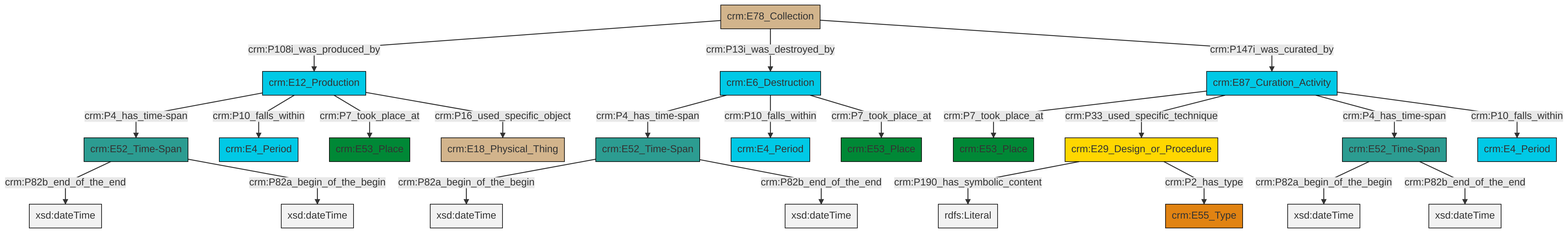
Earlier version of the Mermaid export et/archivalCSV/ttl/mmd/png/archival_existence.png (swiss-art-research-net/docs.swissartresearch). Its source is kept beside it as et/archivalCSV/ttl/mmd/archival_existence.ttl.mmd.
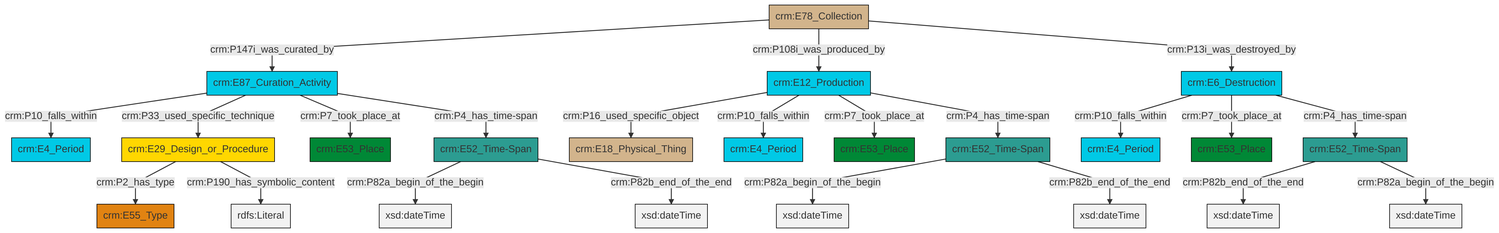
The same file after the commit.

The edit, as a diff of the source:
```diff
@@ -13,25 +13,25 @@
 classDef PC_Classes fill:#4ce600, stroke:#000000;
 classDef Multi fill:#cccccc,stroke:#000000;
 
-0["crm:E52_Time-Span"]:::Time-Span -->|crm:P82b_end_of_the_end| 1[xsd:dateTime]:::Literal
-6["crm:E52_Time-Span"]:::Time-Span -->|crm:P82a_begin_of_the_begin| 7[xsd:dateTime]:::Literal
-0["crm:E52_Time-Span"]:::Time-Span -->|crm:P82a_begin_of_the_begin| 8[xsd:dateTime]:::Literal
-9["crm:E6_Destruction"]:::Temporal_Entity -->|crm:P4_has_time-span| 6["crm:E52_Time-Span"]:::Time-Span
-6["crm:E52_Time-Span"]:::Time-Span -->|crm:P82b_end_of_the_end| 11[xsd:dateTime]:::Literal
-12["crm:E29_Design_or_Procedure"]:::Conceptual_Object -->|crm:P190_has_symbolic_content| 13[rdfs:Literal]:::Literal
-9["crm:E6_Destruction"]:::Temporal_Entity -->|crm:P10_falls_within| 17["crm:E4_Period"]:::Temporal_Entity
-18["crm:E52_Time-Span"]:::Time-Span -->|crm:P82a_begin_of_the_begin| 19[xsd:dateTime]:::Literal
-12["crm:E29_Design_or_Procedure"]:::Conceptual_Object -->|crm:P2_has_type| 22["crm:E55_Type"]:::Type
-24["crm:E78_Collection"]:::Physical_Thing -->|crm:P108i_was_produced_by| 25["crm:E12_Production"]:::Temporal_Entity
-18["crm:E52_Time-Span"]:::Time-Span -->|crm:P82b_end_of_the_end| 28[xsd:dateTime]:::Literal
-30["crm:E87_Curation_Activity"]:::Temporal_Entity -->|crm:P7_took_place_at| 14["crm:E53_Place"]:::Place
-30["crm:E87_Curation_Activity"]:::Temporal_Entity -->|crm:P33_used_specific_technique| 12["crm:E29_Design_or_Procedure"]:::Conceptual_Object
-25["crm:E12_Production"]:::Temporal_Entity -->|crm:P4_has_time-span| 0["crm:E52_Time-Span"]:::Time-Span
-9["crm:E6_Destruction"]:::Temporal_Entity -->|crm:P7_took_place_at| 2["crm:E53_Place"]:::Place
-25["crm:E12_Production"]:::Temporal_Entity -->|crm:P10_falls_within| 36["crm:E4_Period"]:::Temporal_Entity
-25["crm:E12_Production"]:::Temporal_Entity -->|crm:P7_took_place_at| 32["crm:E53_Place"]:::Place
-30["crm:E87_Curation_Activity"]:::Temporal_Entity -->|crm:P4_has_time-span| 18["crm:E52_Time-Span"]:::Time-Span
-25["crm:E12_Production"]:::Temporal_Entity -->|crm:P16_used_specific_object| 20["crm:E18_Physical_Thing"]:::Physical_Thing
-24["crm:E78_Collection"]:::Physical_Thing -->|crm:P13i_was_destroyed_by| 9["crm:E6_Destruction"]:::Temporal_Entity
-30["crm:E87_Curation_Activity"]:::Temporal_Entity -->|crm:P10_falls_within| 4["crm:E4_Period"]:::Temporal_Entity
-24["crm:E78_Collection"]:::Physical_Thing -->|crm:P147i_was_curated_by| 30["crm:E87_Curation_Activity"]:::Temporal_Entity
+0["crm:E52_Time-Span"]:::Time-Span -->|crm:P82a_begin_of_the_begin| 1[xsd:dateTime]:::Literal
+4["crm:E87_Curation_Activity"]:::Temporal_Entity -->|crm:P10_falls_within| 5["crm:E4_Period"]:::Temporal_Entity
+6["crm:E29_Design_or_Procedure"]:::Conceptual_Object -->|crm:P2_has_type| 7["crm:E55_Type"]:::Type
+4["crm:E87_Curation_Activity"]:::Temporal_Entity -->|crm:P33_used_specific_technique| 6["crm:E29_Design_or_Procedure"]:::Conceptual_Object
+8["crm:E78_Collection"]:::Physical_Thing -->|crm:P147i_was_curated_by| 4["crm:E87_Curation_Activity"]:::Temporal_Entity
+4["crm:E87_Curation_Activity"]:::Temporal_Entity -->|crm:P7_took_place_at| 14["crm:E53_Place"]:::Place
+0["crm:E52_Time-Span"]:::Time-Span -->|crm:P82b_end_of_the_end| 15[xsd:dateTime]:::Literal
+18["crm:E12_Production"]:::Temporal_Entity -->|crm:P16_used_specific_object| 19["crm:E18_Physical_Thing"]:::Physical_Thing
+18["crm:E12_Production"]:::Temporal_Entity -->|crm:P10_falls_within| 21["crm:E4_Period"]:::Temporal_Entity
+2["crm:E52_Time-Span"]:::Time-Span -->|crm:P82b_end_of_the_end| 24[xsd:dateTime]:::Literal
+2["crm:E52_Time-Span"]:::Time-Span -->|crm:P82a_begin_of_the_begin| 25[xsd:dateTime]:::Literal
+26["crm:E6_Destruction"]:::Temporal_Entity -->|crm:P10_falls_within| 16["crm:E4_Period"]:::Temporal_Entity
+9["crm:E52_Time-Span"]:::Time-Span -->|crm:P82a_begin_of_the_begin| 27[xsd:dateTime]:::Literal
+18["crm:E12_Production"]:::Temporal_Entity -->|crm:P7_took_place_at| 28["crm:E53_Place"]:::Place
+26["crm:E6_Destruction"]:::Temporal_Entity -->|crm:P7_took_place_at| 12["crm:E53_Place"]:::Place
+18["crm:E12_Production"]:::Temporal_Entity -->|crm:P4_has_time-span| 9["crm:E52_Time-Span"]:::Time-Span
+4["crm:E87_Curation_Activity"]:::Temporal_Entity -->|crm:P4_has_time-span| 0["crm:E52_Time-Span"]:::Time-Span
+9["crm:E52_Time-Span"]:::Time-Span -->|crm:P82b_end_of_the_end| 33[xsd:dateTime]:::Literal
+8["crm:E78_Collection"]:::Physical_Thing -->|crm:P108i_was_produced_by| 18["crm:E12_Production"]:::Temporal_Entity
+26["crm:E6_Destruction"]:::Temporal_Entity -->|crm:P4_has_time-span| 2["crm:E52_Time-Span"]:::Time-Span
+6["crm:E29_Design_or_Procedure"]:::Conceptual_Object -->|crm:P190_has_symbolic_content| 37[rdfs:Literal]:::Literal
+8["crm:E78_Collection"]:::Physical_Thing -->|crm:P13i_was_destroyed_by| 26["crm:E6_Destruction"]:::Temporal_Entity
```
